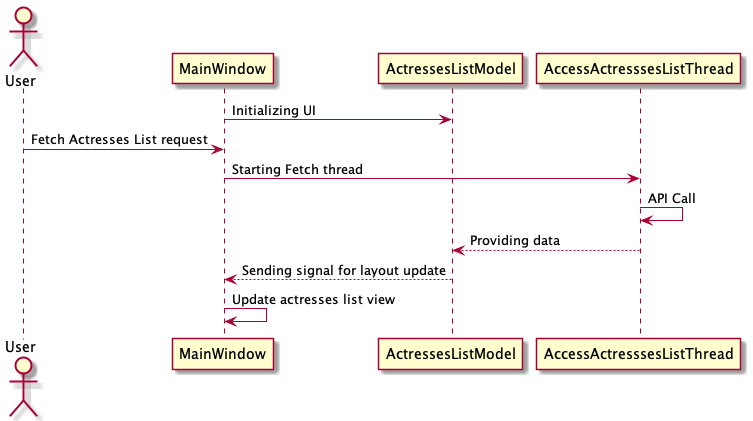
Earlier version of the PlantUML export Document/img/fetch_actresses_flow.png (snakept/imdb_software_actors). Source of this version:
```plantuml
@startuml fetch_actresses_flow

actor User

MainWindow -> ActressesListModel: Initializing UI
User -> MainWindow: Fetch Actresses List request
MainWindow -> AccessActresssesListThread: Starting Fetch thread
AccessActresssesListThread -> AccessActresssesListThread: API Call
AccessActresssesListThread --> ActressesListModel: Providing data
ActressesListModel --> MainWindow: Sending signal for layout update
MainWindow -> MainWindow: Update actresses list view
@enduml
```
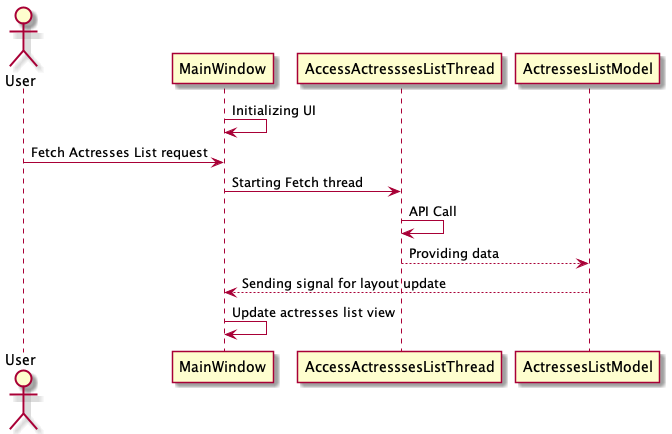
After the commit.

Commit message:
-removed model auf flowchart - start of 1. functionality

The edit, as a diff of the source:
```diff
@@ -2,7 +2,7 @@
 
 actor User
 
-MainWindow -> ActressesListModel: Initializing UI
+MainWindow -> MainWindow: Initializing UI
 User -> MainWindow: Fetch Actresses List request
 MainWindow -> AccessActresssesListThread: Starting Fetch thread
 AccessActresssesListThread -> AccessActresssesListThread: API Call
```
